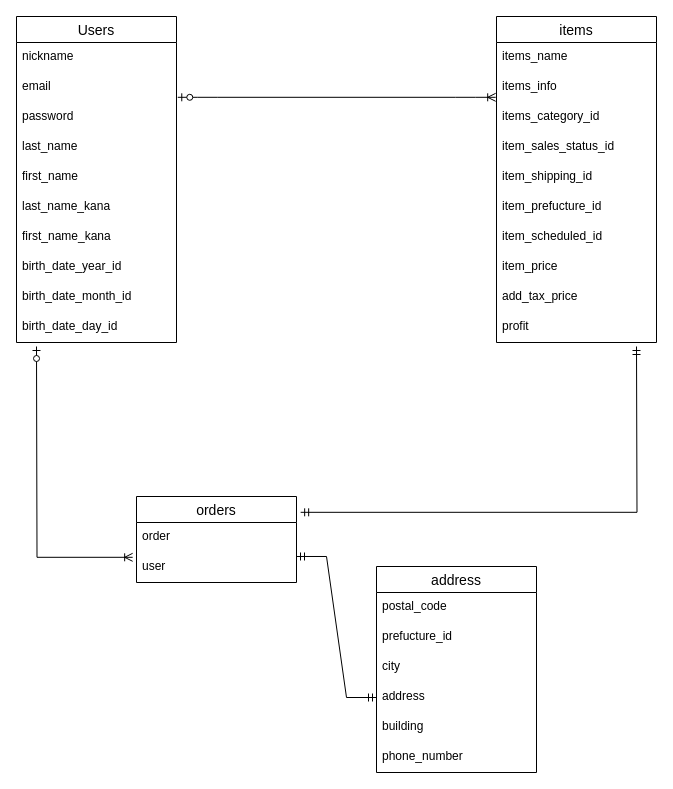
The draw.io diagram er.dio in kenta0905/furima-33945, before the edit. Source tidied: cells renumbered, new cells numbered last; positions are measured from the earlier drawing's top-left corner, leaving out a move shared by most shapes. Both pictures are drawn from the tidied source at 100%, with x=0, y=0 at pixel (16, 16).
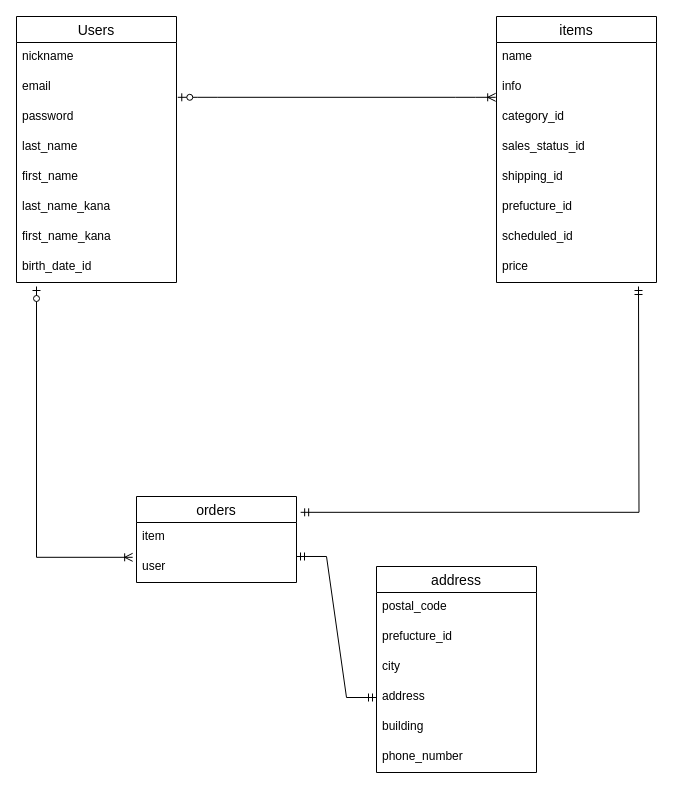
After the change.

Unchanged cells that the change refers to:
```xml
<mxCell id="31" value="orders" style="swimlane;fontStyle=0;horizontal=1;startSize=26;align=center;fontSize=14;" parent="1" vertex="1">
  <mxGeometry x="120" y="480" width="160" height="86" as="geometry" />
</mxCell>
<mxCell id="33" value="user" style="text;strokeColor=none;fillColor=none;spacingLeft=4;spacingRight=4;overflow=hidden;points=[[0,0.5],[1,0.5]];portConstraint=eastwest;fontSize=12;" parent="31" vertex="1">
  <mxGeometry y="56" width="160" height="30" as="geometry" />
</mxCell>
```

Change to the diagram source:
```diff
@@
     <mxCell id="2" value="Users" style="swimlane;fontStyle=0;horizontal=1;startSize=26;align=center;fontSize=14;" parent="1" vertex="1">
-      <mxGeometry width="160" height="326" as="geometry" />
+      <mxGeometry width="160" height="266" as="geometry" />
     </mxCell>
@@
-    <mxCell id="10" value="birth_date_year_id" style="text;strokeColor=none;fillColor=none;spacingLeft=4;spacingRight=4;overflow=hidden;fontSize=12;" parent="2" vertex="1">
+    <mxCell id="10" value="birth_date_id" style="text;strokeColor=none;fillColor=none;spacingLeft=4;spacingRight=4;overflow=hidden;fontSize=12;" parent="2" vertex="1">
       <mxGeometry y="236" width="160" height="30" as="geometry" />
     </mxCell>
-    <mxCell id="11" value="birth_date_month_id" style="text;strokeColor=none;fillColor=none;spacingLeft=4;spacingRight=4;overflow=hidden;fontSize=12;" parent="2" vertex="1">
-      <mxGeometry y="266" width="160" height="30" as="geometry" />
-    </mxCell>
-    <mxCell id="12" value="birth_date_day_id" style="text;strokeColor=none;fillColor=none;spacingLeft=4;spacingRight=4;overflow=hidden;fontSize=12;" parent="2" vertex="1">
-      <mxGeometry y="296" width="160" height="30" as="geometry" />
-    </mxCell>
     <mxCell id="13" value="items" style="swimlane;fontStyle=0;horizontal=1;startSize=26;align=center;fontSize=14;" parent="1" vertex="1">
-      <mxGeometry x="480" width="160" height="326" as="geometry" />
+      <mxGeometry x="480" width="160" height="266" as="geometry" />
     </mxCell>
-    <mxCell id="14" value="items_name" style="text;strokeColor=none;fillColor=none;spacingLeft=4;spacingRight=4;overflow=hidden;fontSize=12;" parent="13" vertex="1">
+    <mxCell id="14" value="name" style="text;strokeColor=none;fillColor=none;spacingLeft=4;spacingRight=4;overflow=hidden;fontSize=12;" parent="13" vertex="1">
       <mxGeometry y="26" width="160" height="30" as="geometry" />
     </mxCell>
-    <mxCell id="15" value="items_info" style="text;strokeColor=none;fillColor=none;spacingLeft=4;spacingRight=4;overflow=hidden;points=[[0,0.5],[1,0.5]];portConstraint=eastwest;fontSize=12;" parent="13" vertex="1">
+    <mxCell id="15" value="info" style="text;strokeColor=none;fillColor=none;spacingLeft=4;spacingRight=4;overflow=hidden;points=[[0,0.5],[1,0.5]];portConstraint=eastwest;fontSize=12;" parent="13" vertex="1">
       <mxGeometry y="56" width="160" height="30" as="geometry" />
     </mxCell>
-    <mxCell id="16" value="items_category_id" style="text;strokeColor=none;fillColor=none;spacingLeft=4;spacingRight=4;overflow=hidden;fontSize=12;" parent="13" vertex="1">
+    <mxCell id="16" value="category_id" style="text;strokeColor=none;fillColor=none;spacingLeft=4;spacingRight=4;overflow=hidden;fontSize=12;" parent="13" vertex="1">
       <mxGeometry y="86" width="160" height="30" as="geometry" />
     </mxCell>
-    <mxCell id="17" value="item_sales_status_id" style="text;strokeColor=none;fillColor=none;spacingLeft=4;spacingRight=4;overflow=hidden;fontSize=12;" parent="13" vertex="1">
+    <mxCell id="17" value="sales_status_id" style="text;strokeColor=none;fillColor=none;spacingLeft=4;spacingRight=4;overflow=hidden;fontSize=12;" parent="13" vertex="1">
       <mxGeometry y="116" width="160" height="30" as="geometry" />
     </mxCell>
-    <mxCell id="18" value="item_shipping_id" style="text;strokeColor=none;fillColor=none;spacingLeft=4;spacingRight=4;overflow=hidden;fontSize=12;" parent="13" vertex="1">
+    <mxCell id="18" value="shipping_id" style="text;strokeColor=none;fillColor=none;spacingLeft=4;spacingRight=4;overflow=hidden;fontSize=12;" parent="13" vertex="1">
       <mxGeometry y="146" width="160" height="30" as="geometry" />
     </mxCell>
-    <mxCell id="19" value="item_prefucture_id" style="text;strokeColor=none;fillColor=none;spacingLeft=4;spacingRight=4;overflow=hidden;fontSize=12;" parent="13" vertex="1">
+    <mxCell id="19" value="prefucture_id" style="text;strokeColor=none;fillColor=none;spacingLeft=4;spacingRight=4;overflow=hidden;fontSize=12;" parent="13" vertex="1">
       <mxGeometry y="176" width="160" height="30" as="geometry" />
     </mxCell>
-    <mxCell id="20" value="item_scheduled_id" style="text;strokeColor=none;fillColor=none;spacingLeft=4;spacingRight=4;overflow=hidden;fontSize=12;" parent="13" vertex="1">
+    <mxCell id="20" value="scheduled_id" style="text;strokeColor=none;fillColor=none;spacingLeft=4;spacingRight=4;overflow=hidden;fontSize=12;" parent="13" vertex="1">
       <mxGeometry y="206" width="160" height="30" as="geometry" />
     </mxCell>
-    <mxCell id="21" value="item_price" style="text;strokeColor=none;fillColor=none;spacingLeft=4;spacingRight=4;overflow=hidden;fontSize=12;" parent="13" vertex="1">
+    <mxCell id="21" value="price" style="text;strokeColor=none;fillColor=none;spacingLeft=4;spacingRight=4;overflow=hidden;fontSize=12;" parent="13" vertex="1">
       <mxGeometry y="236" width="160" height="30" as="geometry" />
     </mxCell>
-    <mxCell id="22" value="add_tax_price" style="text;strokeColor=none;fillColor=none;spacingLeft=4;spacingRight=4;overflow=hidden;fontSize=12;" parent="13" vertex="1">
-      <mxGeometry y="266" width="160" height="30" as="geometry" />
-    </mxCell>
-    <mxCell id="23" value="profit" style="text;strokeColor=none;fillColor=none;spacingLeft=4;spacingRight=4;overflow=hidden;fontSize=12;" parent="13" vertex="1">
-      <mxGeometry y="296" width="160" height="30" as="geometry" />
-    </mxCell>
@@
-    <mxCell id="32" value="order" style="text;strokeColor=none;fillColor=none;spacingLeft=4;spacingRight=4;overflow=hidden;fontSize=12;" parent="31" vertex="1">
+    <mxCell id="32" value="item" style="text;strokeColor=none;fillColor=none;spacingLeft=4;spacingRight=4;overflow=hidden;fontSize=12;" parent="31" vertex="1">
       <mxGeometry y="26" width="160" height="30" as="geometry" />
     </mxCell>
@@
     <mxCell id="35" style="edgeStyle=orthogonalEdgeStyle;fontSize=12;html=1;endArrow=ERoneToMany;startArrow=ERzeroToOne;entryX=-0.024;entryY=0.16;entryDx=0;entryDy=0;entryPerimeter=0;rounded=0;" parent="1" edge="1" target="33">
       <mxGeometry relative="1" as="geometry">
-        <mxPoint x="20" y="330" as="sourcePoint" />
+        <mxPoint x="20" y="270" as="sourcePoint" />
+        <Array as="points">
+          <mxPoint x="20" y="541" />
+        </Array>
       </mxGeometry>
     </mxCell>
     <mxCell id="36" style="edgeStyle=orthogonalEdgeStyle;fontSize=12;html=1;endArrow=ERmandOne;startArrow=ERmandOne;rounded=0;exitX=1.026;exitY=0.184;exitDx=0;exitDy=0;exitPerimeter=0;" parent="1" edge="1" source="31">
       <mxGeometry relative="1" as="geometry">
-        <mxPoint x="620" y="330" as="targetPoint" />
+        <mxPoint x="622" y="270" as="targetPoint" />
       </mxGeometry>
     </mxCell>
```
